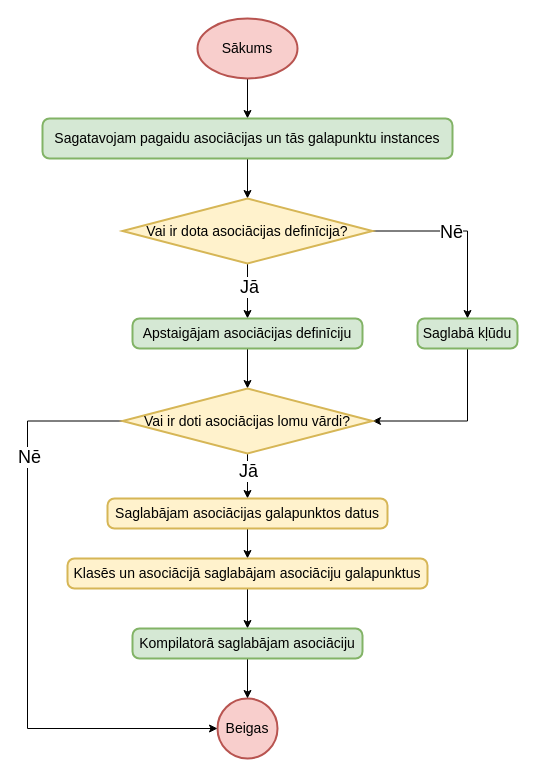
The draw.io diagram page "Kompilēt asociāciju" (1 of 5) of src/Qualification project/Documentation/Diagrammas/Kompilators/Asociācijas.drawio in artiks12/webAppOS, before the edit. Source tidied: cells renumbered, new cells numbered last; positions are measured from the earlier drawing's top-left corner, leaving out a move shared by most shapes. Both pictures are drawn from the tidied source at 100%, with x=0, y=0 at pixel (27, 18).
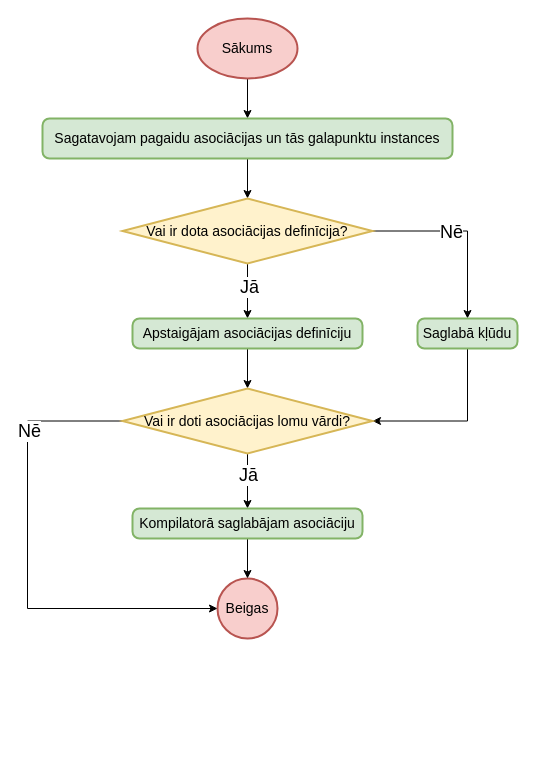
The same diagram, later.

Unchanged cells that the change refers to:
```xml
<mxCell id="20" value="Vai ir doti asociācijas lomu vārdi?" style="strokeWidth=2;html=1;shape=mxgraph.flowchart.decision;whiteSpace=wrap;fontSize=14;fillColor=#fff2cc;strokeColor=#d6b656;" parent="1" vertex="1">
  <mxGeometry x="95" y="370" width="250" height="65" as="geometry" />
</mxCell>
```

What changed in the source:
```diff
@@
     <mxCell id="2" value="Beigas" style="strokeWidth=2;html=1;shape=mxgraph.flowchart.start_2;whiteSpace=wrap;fontSize=14;fillColor=#f8cecc;strokeColor=#b85450;" parent="1" vertex="1">
-      <mxGeometry x="190" y="680" width="60" height="60" as="geometry" />
+      <mxGeometry x="190" y="560" width="60" height="60" as="geometry" />
     </mxCell>
@@
-    <mxCell id="16" style="edgeStyle=orthogonalEdgeStyle;rounded=0;jettySize=auto;html=1;fontSize=18;entryX=0.5;entryY=0;entryDx=0;entryDy=0;" parent="1" edge="1" source="20" target="22">
+    <mxCell id="16" style="edgeStyle=orthogonalEdgeStyle;rounded=0;jettySize=auto;html=1;fontSize=18;entryX=0.5;entryY=0;entryDx=0;entryDy=0;" parent="1" edge="1" source="20" target="26">
       <mxGeometry relative="1" as="geometry" />
     </mxCell>
@@
     <mxCell id="18" style="edgeStyle=orthogonalEdgeStyle;rounded=0;jettySize=auto;html=1;entryX=0;entryY=0.5;entryDx=0;entryDy=0;entryPerimeter=0;fontSize=18;" parent="1" edge="1" source="20" target="2">
       <mxGeometry relative="1" as="geometry">
         <Array as="points">
           <mxPoint y="403" />
-          <mxPoint y="710" />
+          <mxPoint y="590" />
         </Array>
       </mxGeometry>
     </mxCell>
@@
-    <mxCell id="21" style="edgeStyle=orthogonalEdgeStyle;rounded=0;jettySize=auto;html=1;fontSize=18;" parent="1" edge="1" source="22" target="24">
-      <mxGeometry relative="1" as="geometry" />
-    </mxCell>
-    <mxCell id="22" value="Saglabājam asociācijas galapunktos datus" style="rounded=1;whiteSpace=wrap;html=1;absoluteArcSize=1;arcSize=14;strokeWidth=2;fontSize=14;fillColor=#fff2cc;strokeColor=#d6b656;" parent="1" vertex="1">
-      <mxGeometry x="80" y="480" width="280" height="30" as="geometry" />
-    </mxCell>
-    <mxCell id="23" style="edgeStyle=orthogonalEdgeStyle;rounded=0;jettySize=auto;html=1;entryX=0.5;entryY=0;entryDx=0;entryDy=0;fontSize=18;" parent="1" edge="1" source="24" target="26">
-      <mxGeometry relative="1" as="geometry" />
-    </mxCell>
-    <mxCell id="24" value="Klasēs un asociācijā saglabājam asociāciju galapunktus" style="rounded=1;whiteSpace=wrap;html=1;absoluteArcSize=1;arcSize=14;strokeWidth=2;fontSize=14;fillColor=#fff2cc;strokeColor=#d6b656;" parent="1" vertex="1">
-      <mxGeometry x="40" y="540" width="360" height="30" as="geometry" />
-    </mxCell>
@@
     <mxCell id="26" value="Kompilatorā saglabājam asociāciju" style="rounded=1;whiteSpace=wrap;html=1;absoluteArcSize=1;arcSize=14;strokeWidth=2;fontSize=14;fillColor=#d5e8d4;strokeColor=#82b366;" parent="1" vertex="1">
-      <mxGeometry x="105" y="610" width="230" height="30" as="geometry" />
+      <mxGeometry x="105" y="490" width="230" height="30" as="geometry" />
     </mxCell>
```
